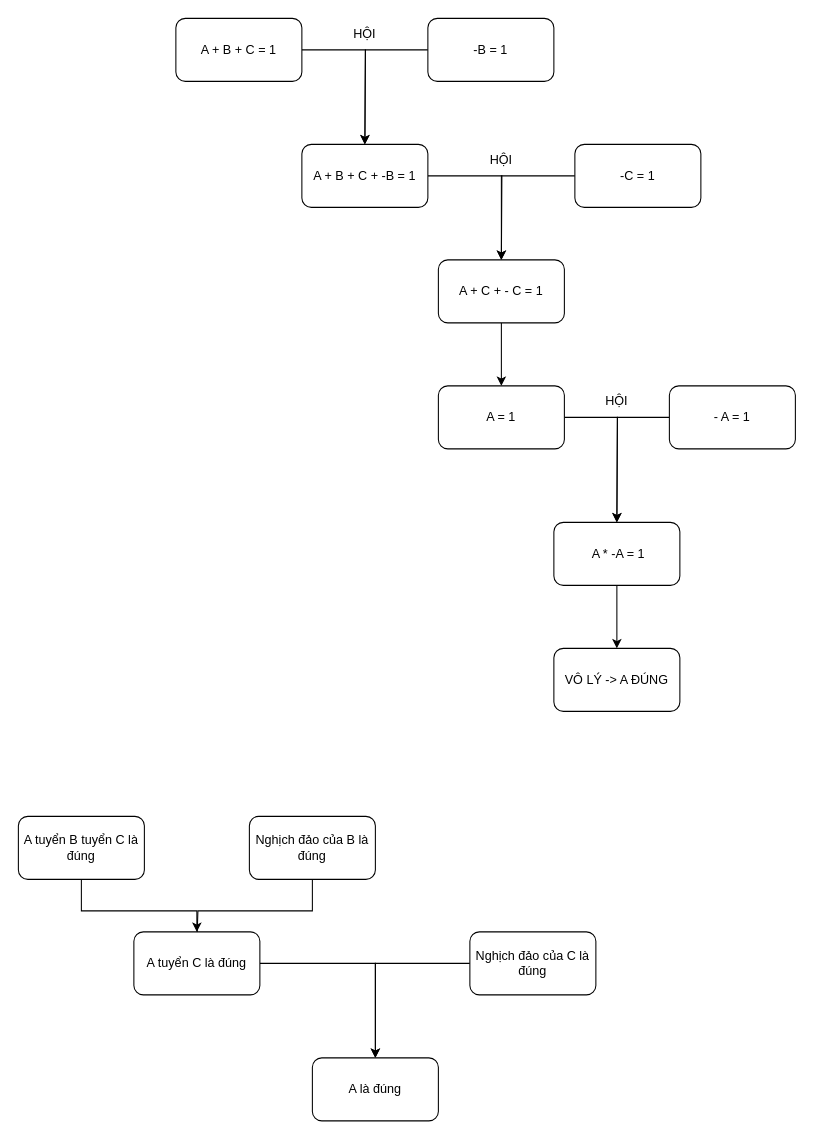
Before: AI.drawio in frozenproof/dactaphanmem, a draw.io diagram. Source tidied: cells renumbered, new cells numbered last; positions are measured from the earlier drawing's top-left corner, leaving out a move shared by most shapes. Both pictures are drawn from the tidied source at 105%, with x=0, y=0 at pixel (18, 18).
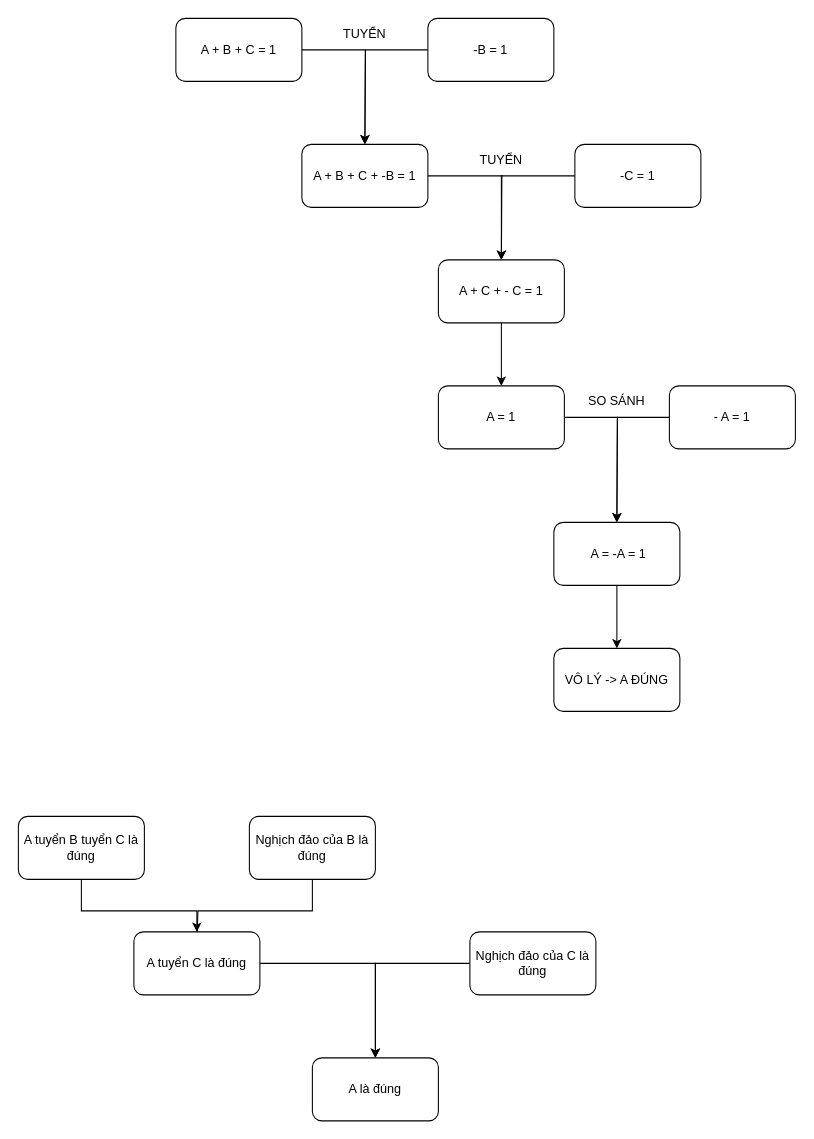
The same diagram, later.

Diff of the diagram source:
```diff
@@
-    <mxCell id="19" value="HỘI" style="text;html=1;strokeColor=none;fillColor=none;align=center;verticalAlign=middle;whiteSpace=wrap;rounded=0;" parent="1" vertex="1">
+    <mxCell id="19" value="TUYỂN" style="text;html=1;strokeColor=none;fillColor=none;align=center;verticalAlign=middle;whiteSpace=wrap;rounded=0;" parent="1" vertex="1">
       <mxGeometry x="300" width="60" height="30" as="geometry" />
     </mxCell>
@@
-    <mxCell id="22" value="HỘI" style="text;html=1;strokeColor=none;fillColor=none;align=center;verticalAlign=middle;whiteSpace=wrap;rounded=0;" parent="1" vertex="1">
+    <mxCell id="22" value="TUYỂN" style="text;html=1;strokeColor=none;fillColor=none;align=center;verticalAlign=middle;whiteSpace=wrap;rounded=0;" parent="1" vertex="1">
       <mxGeometry x="430" y="120" width="60" height="30" as="geometry" />
     </mxCell>
@@
-    <mxCell id="28" value="&amp;nbsp;A * -A = 1" style="rounded=1;whiteSpace=wrap;html=1;" parent="1" vertex="1">
+    <mxCell id="28" value="&amp;nbsp;A = -A = 1" style="rounded=1;whiteSpace=wrap;html=1;" parent="1" vertex="1">
       <mxGeometry x="510" y="480" width="120" height="60" as="geometry" />
     </mxCell>
-    <mxCell id="29" value="HỘI" style="text;html=1;strokeColor=none;fillColor=none;align=center;verticalAlign=middle;whiteSpace=wrap;rounded=0;" parent="1" vertex="1">
+    <mxCell id="29" value="SO SÁNH" style="text;html=1;strokeColor=none;fillColor=none;align=center;verticalAlign=middle;whiteSpace=wrap;rounded=0;" parent="1" vertex="1">
       <mxGeometry x="540" y="350" width="60" height="30" as="geometry" />
     </mxCell>
```
